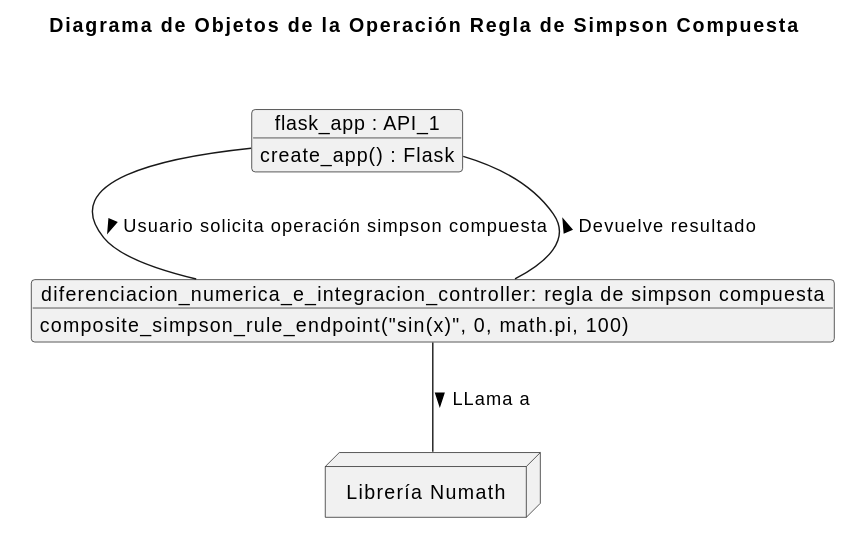
Above: imágenes/modelosUML/diagramaObjetosSimpsonCompuesta.svg in rodri5villa/numath-API (PlantUML), before the change. Source of this version:
```plantuml
@startuml
skinparam packageBorderColor white
skinparam packageBackgroundColor white

title Diagrama de Objetos de la Operación Regla de Simpson Compuesta

package " " {
  object "flask_app : API_1" as flask_app {
    create_app() : Flask
  }

  object "diferenciacion_numerica_e_integracion_controller: regla de simpson compuesta" as operaciones {
    composite_simpson_rule_endpoint("sin(x)", 0, math.pi, 100)
  }
}

node "Librería Numath" as PyLibrary {
}

flask_app -- operaciones: "Usuario solicita operación simpson compuesta >"
operaciones -- PyLibrary : "LLama a >"
operaciones -- flask_app : "Devuelve resultado >"
@enduml
```
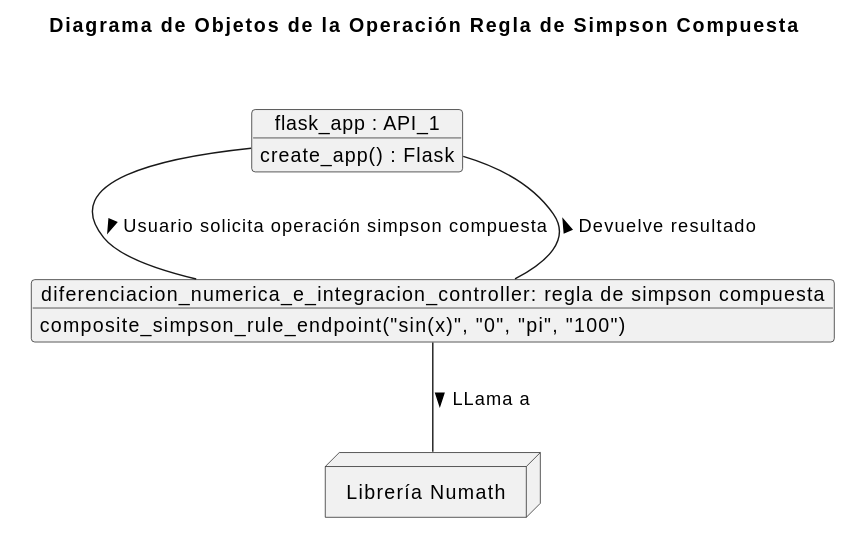
The same file after the commit.

Diff of the diagram source:
```diff
@@ -10,7 +10,7 @@
   }
 
   object "diferenciacion_numerica_e_integracion_controller: regla de simpson compuesta" as operaciones {
-    composite_simpson_rule_endpoint("sin(x)", 0, math.pi, 100)
+    composite_simpson_rule_endpoint("sin(x)", "0", "pi", "100")
   }
 }
 
```
